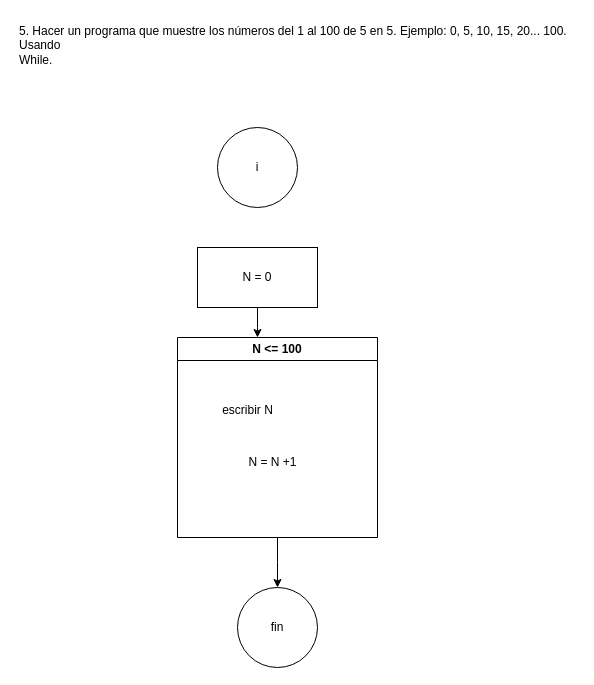
Above: page "Página-5" (5 of 6) of Diagrama sin título.drawio in omaryuri9594/algoritmo_advanced.io (draw.io), before the change. Source tidied: cells renumbered, new cells numbered last; positions are measured from the earlier drawing's top-left corner, leaving out a move shared by most shapes. Both pictures are drawn from the tidied source at 100%, with x=0, y=0 at pixel (17, 17).
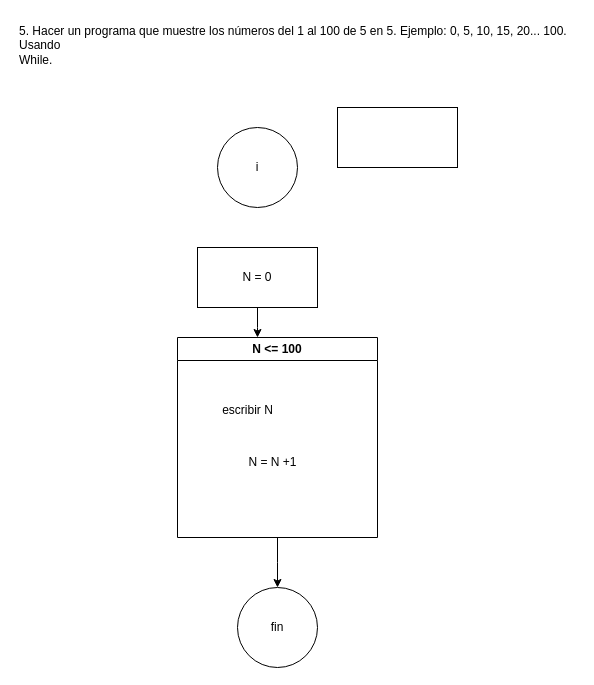
After the change.

Commit message:
ciclo-while!

What changed in the source:
```diff
@@
 <mxGraphModel>
   <root>
     <mxCell id="0" />
     <mxCell id="1" parent="0" />
     <mxCell id="2" value="5. Hacer un programa que muestre los números del 1 al 100 de 5 en 5. Ejemplo: 0, 5, 10, 15, 20... 100. Usando&#10;While." style="text;whiteSpace=wrap;" parent="1" vertex="1">
       <mxGeometry width="560" height="70" as="geometry" />
     </mxCell>
     <mxCell id="3" value="i" style="ellipse;whiteSpace=wrap;html=1;" parent="1" vertex="1">
       <mxGeometry x="200" y="110" width="80" height="80" as="geometry" />
     </mxCell>
     <mxCell id="4" style="edgeStyle=orthogonalEdgeStyle;rounded=0;jettySize=auto;html=1;" parent="1" edge="1" source="5">
       <mxGeometry relative="1" as="geometry">
         <mxPoint x="240" y="320" as="targetPoint" />
       </mxGeometry>
     </mxCell>
     <mxCell id="5" value="N = 0" style="whiteSpace=wrap;html=1;" parent="1" vertex="1">
       <mxGeometry x="180" y="230" width="120" height="60" as="geometry" />
     </mxCell>
     <mxCell id="6" style="edgeStyle=orthogonalEdgeStyle;rounded=0;jettySize=auto;html=1;exitX=0.5;exitY=1;exitDx=0;exitDy=0;" parent="1" edge="1" source="7">
       <mxGeometry relative="1" as="geometry">
         <mxPoint x="260" y="570" as="targetPoint" />
       </mxGeometry>
     </mxCell>
     <mxCell id="7" value="N &amp;lt;= 100" style="swimlane;whiteSpace=wrap;html=1;" parent="1" vertex="1">
       <mxGeometry x="160" y="320" width="200" height="200" as="geometry" />
     </mxCell>
     <mxCell id="8" value="N = N +1" style="text;html=1;align=center;verticalAlign=middle;strokeColor=none;fillColor=none;" parent="7" vertex="1">
       <mxGeometry x="60" y="110" width="70" height="30" as="geometry" />
     </mxCell>
     <mxCell id="9" value="escribir N" style="text;html=1;align=center;verticalAlign=middle;strokeColor=none;fillColor=none;" parent="1" vertex="1">
       <mxGeometry x="195" y="378" width="70" height="30" as="geometry" />
     </mxCell>
     <mxCell id="10" value="fin" style="ellipse;whiteSpace=wrap;html=1;" parent="1" vertex="1">
       <mxGeometry x="220" y="570" width="80" height="80" as="geometry" />
     </mxCell>
+    <mxCell id="11" style="whiteSpace=wrap;html=1;" parent="1" vertex="1">
+      <mxGeometry x="320" y="90" width="120" height="60" as="geometry" />
+    </mxCell>
   </root>
 </mxGraphModel>
```
